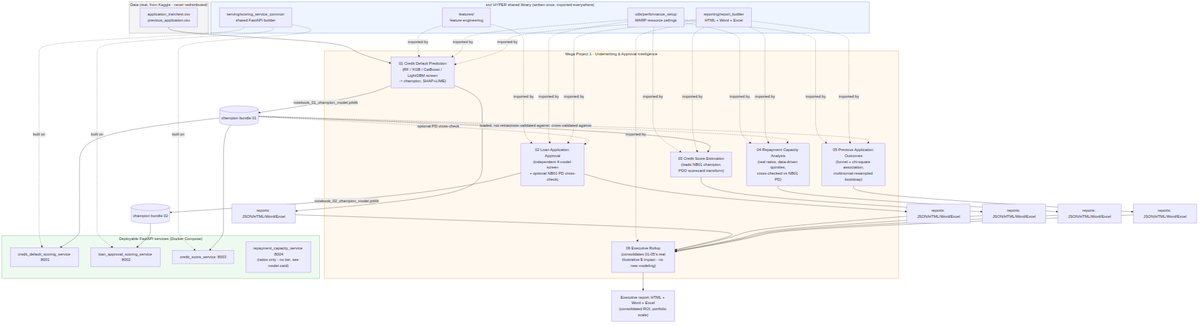
The Mermaid diagram docs/mp1_architecture_flow.png in rnanda19/Home_Credit_RiskIQ_Enterprise_Suite, before a commit. Its source is kept beside it as docs/mp1_architecture_flow.mmd. Its diagram source:
```mermaid
flowchart TB
    subgraph DATA["Data (real, from Kaggle - never redistributed)"]
        RAW["application_train/test.csv\nprevious_application.csv"]
    end

    subgraph HYPER["src/ HYPER shared library (written once, imported everywhere)"]
        FEAT["features/\nfeature engineering"]
        REPORT["reporting/report_builder\nHTML + Word + Excel"]
        UTIL["utils/performance_setup\nWARP resource ceilings"]
        SERVE["serving/scoring_service_common\nshared FastAPI builder"]
    end

    RAW --> NB01

    subgraph MP1["Mega Project 1 - Underwriting & Approval Intelligence"]
        NB01["01 Credit Default Prediction\n(RF / XGB / CatBoost / LightGBM screen\n-> champion, SHAP+LIME)"]
        NB02["02 Loan Application Approval\n(independent 4-model screen\n+ optional NB01 PD cross-check)"]
        NB03["03 Credit Score Estimation\n(loads NB01 champion,\nPDO scorecard transform)"]
        NB04["04 Repayment Capacity Analysis\n(real ratios, data-driven quintiles,\ncross-checked vs NB01 PD)"]
        NB05["05 Previous Application Outcomes\n(funnel + chi-square association,\nmultinomial-resampled bootstrap)"]
        NB06["06 Executive Rollup\n(consolidates 01-05's real\nillustrative $ impact - no new modeling)"]
    end

    FEAT -.imported by.-> NB01
    FEAT -.imported by.-> NB02
    UTIL -.imported by.-> NB01
    UTIL -.imported by.-> NB02
    UTIL -.imported by.-> NB03
    UTIL -.imported by.-> NB04
    UTIL -.imported by.-> NB05
    REPORT -.imported by.-> NB01
    REPORT -.imported by.-> NB02
    REPORT -.imported by.-> NB03
    REPORT -.imported by.-> NB04
    REPORT -.imported by.-> NB05
    REPORT -.imported by.-> NB06

    NB01 -->|"notebook_01_champion_model.joblib"| BUNDLE01[("champion bundle 01")]
    NB02 -->|"notebook_02_champion_model.joblib"| BUNDLE02[("champion bundle 02")]

    BUNDLE01 -.optional PD cross-check.-> NB02
    BUNDLE01 -->|"loaded, not retrained"| NB03
    BUNDLE01 -.cross-validated against.-> NB04
    BUNDLE01 -.cross-validated against.-> NB05

    NB01 --> REPORTS1["reports: JSON/HTML/Word/Excel"]
    NB02 --> REPORTS2["reports: JSON/HTML/Word/Excel"]
    NB03 --> REPORTS3["reports: JSON/HTML/Word/Excel"]
    NB04 --> REPORTS4["reports: JSON/HTML/Word/Excel"]
    NB05 --> REPORTS5["reports: JSON/HTML/Word/Excel"]
    REPORTS1 --> NB06
    REPORTS2 --> NB06
    REPORTS3 --> NB06
    REPORTS4 --> NB06
    REPORTS5 --> NB06
    NB06 --> EXEC["Executive report: HTML + Word + Excel\n(consolidated ROI, portfolio scale)"]

    SERVE -.built on.-> SVC1
    SERVE -.built on.-> SVC2
    SERVE -.built on.-> SVC3

    subgraph SERVICES["Deployable FastAPI services (Docker Compose)"]
        SVC1["credit_default_scoring_service :8001"]
        SVC2["loan_approval_scoring_service :8002"]
        SVC3["credit_score_service :8003"]
        SVC4["repayment_capacity_service :8004\n(ratios only - no tier, see model card)"]
    end

    BUNDLE01 --> SVC1
    BUNDLE01 --> SVC3
    BUNDLE02 --> SVC2

    style DATA fill:#f4f4f4,stroke:#888
    style HYPER fill:#eef5ff,stroke:#4a7fd6
    style MP1 fill:#fff8ee,stroke:#d69a4a
    style SERVICES fill:#eefaf0,stroke:#4ab06a
```
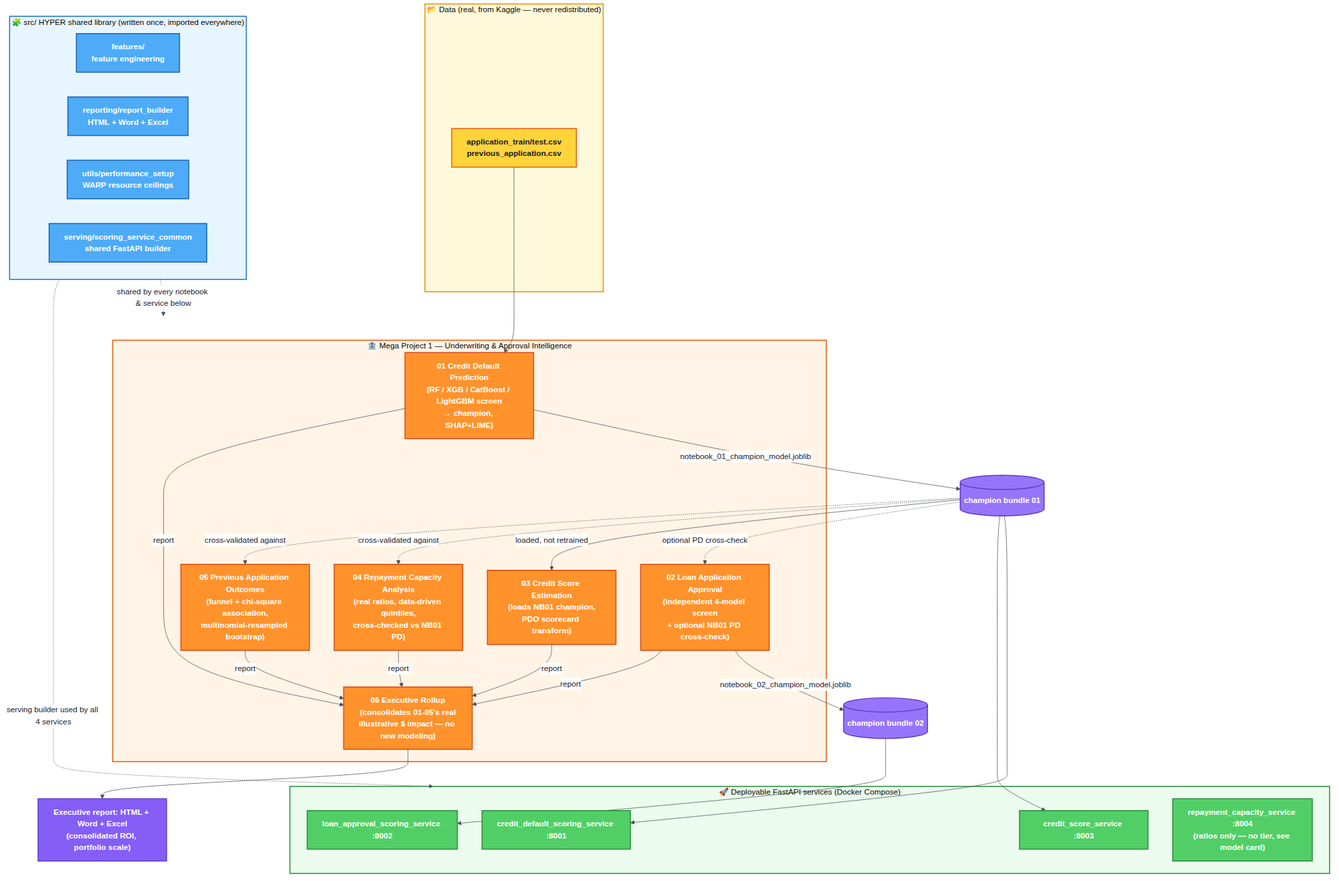
Above is the later version.

Diff of the diagram source:
```diff
@@ -1,9 +1,17 @@
+%%{init: {'theme':'base', 'themeVariables': {'fontSize':'16px','primaryTextColor':'#1a1a2e','lineColor':'#495057','edgeLabelBackground':'#ffffff'}}}%%
 flowchart TB
-    subgraph DATA["Data (real, from Kaggle - never redistributed)"]
+    classDef dataStyle fill:#FFD43B,stroke:#E8590C,stroke-width:2px,color:#1a1a2e,font-weight:bold;
+    classDef hyperStyle fill:#4DABF7,stroke:#1864AB,stroke-width:2px,color:#ffffff,font-weight:bold;
+    classDef bundleStyle fill:#9775FA,stroke:#5F3DC4,stroke-width:2px,color:#ffffff,font-weight:bold;
+    classDef mpNodeStyle fill:#FF922B,stroke:#D9480F,stroke-width:2px,color:#ffffff,font-weight:bold;
+    classDef execStyle fill:#845EF7,stroke:#5F3DC4,stroke-width:2px,color:#ffffff,font-weight:bold;
+    classDef serviceStyle fill:#51CF66,stroke:#2B8A3E,stroke-width:2px,color:#ffffff,font-weight:bold;
+
+    subgraph DATA["📂 Data (real, from Kaggle — never redistributed)"]
         RAW["application_train/test.csv\nprevious_application.csv"]
     end
 
-    subgraph HYPER["src/ HYPER shared library (written once, imported everywhere)"]
+    subgraph HYPER["🧩 src/ HYPER shared library (written once, imported everywhere)"]
         FEAT["features/\nfeature engineering"]
         REPORT["reporting/report_builder\nHTML + Word + Excel"]
         UTIL["utils/performance_setup\nWARP resource ceilings"]
@@ -11,29 +19,16 @@
     end
 
     RAW --> NB01
+    HYPER -.shared by every notebook & service below.-> MP1
 
-    subgraph MP1["Mega Project 1 - Underwriting & Approval Intelligence"]
-        NB01["01 Credit Default Prediction\n(RF / XGB / CatBoost / LightGBM screen\n-> champion, SHAP+LIME)"]
+    subgraph MP1["🏦 Mega Project 1 — Underwriting & Approval Intelligence"]
+        NB01["01 Credit Default Prediction\n(RF / XGB / CatBoost / LightGBM screen\n→ champion, SHAP+LIME)"]
         NB02["02 Loan Application Approval\n(independent 4-model screen\n+ optional NB01 PD cross-check)"]
         NB03["03 Credit Score Estimation\n(loads NB01 champion,\nPDO scorecard transform)"]
         NB04["04 Repayment Capacity Analysis\n(real ratios, data-driven quintiles,\ncross-checked vs NB01 PD)"]
         NB05["05 Previous Application Outcomes\n(funnel + chi-square association,\nmultinomial-resampled bootstrap)"]
-        NB06["06 Executive Rollup\n(consolidates 01-05's real\nillustrative $ impact - no new modeling)"]
+        NB06["06 Executive Rollup\n(consolidates 01-05's real\nillustrative $ impact — no new modeling)"]
     end
-
-    FEAT -.imported by.-> NB01
-    FEAT -.imported by.-> NB02
-    UTIL -.imported by.-> NB01
-    UTIL -.imported by.-> NB02
-    UTIL -.imported by.-> NB03
-    UTIL -.imported by.-> NB04
-    UTIL -.imported by.-> NB05
-    REPORT -.imported by.-> NB01
-    REPORT -.imported by.-> NB02
-    REPORT -.imported by.-> NB03
-    REPORT -.imported by.-> NB04
-    REPORT -.imported by.-> NB05
-    REPORT -.imported by.-> NB06
 
     NB01 -->|"notebook_01_champion_model.joblib"| BUNDLE01[("champion bundle 01")]
     NB02 -->|"notebook_02_champion_model.joblib"| BUNDLE02[("champion bundle 02")]
@@ -43,34 +38,34 @@
     BUNDLE01 -.cross-validated against.-> NB04
     BUNDLE01 -.cross-validated against.-> NB05
 
-    NB01 --> REPORTS1["reports: JSON/HTML/Word/Excel"]
-    NB02 --> REPORTS2["reports: JSON/HTML/Word/Excel"]
-    NB03 --> REPORTS3["reports: JSON/HTML/Word/Excel"]
-    NB04 --> REPORTS4["reports: JSON/HTML/Word/Excel"]
-    NB05 --> REPORTS5["reports: JSON/HTML/Word/Excel"]
-    REPORTS1 --> NB06
-    REPORTS2 --> NB06
-    REPORTS3 --> NB06
-    REPORTS4 --> NB06
-    REPORTS5 --> NB06
+    NB01 -->|report| NB06
+    NB02 -->|report| NB06
+    NB03 -->|report| NB06
+    NB04 -->|report| NB06
+    NB05 -->|report| NB06
     NB06 --> EXEC["Executive report: HTML + Word + Excel\n(consolidated ROI, portfolio scale)"]
 
-    SERVE -.built on.-> SVC1
-    SERVE -.built on.-> SVC2
-    SERVE -.built on.-> SVC3
+    HYPER -.serving builder used by all 4 services.-> SERVICES
 
-    subgraph SERVICES["Deployable FastAPI services (Docker Compose)"]
+    subgraph SERVICES["🚀 Deployable FastAPI services (Docker Compose)"]
         SVC1["credit_default_scoring_service :8001"]
         SVC2["loan_approval_scoring_service :8002"]
         SVC3["credit_score_service :8003"]
-        SVC4["repayment_capacity_service :8004\n(ratios only - no tier, see model card)"]
+        SVC4["repayment_capacity_service :8004\n(ratios only — no tier, see model card)"]
     end
 
     BUNDLE01 --> SVC1
     BUNDLE01 --> SVC3
     BUNDLE02 --> SVC2
 
-    style DATA fill:#f4f4f4,stroke:#888
-    style HYPER fill:#eef5ff,stroke:#4a7fd6
-    style MP1 fill:#fff8ee,stroke:#d69a4a
-    style SERVICES fill:#eefaf0,stroke:#4ab06a
+    class RAW dataStyle;
+    class FEAT,REPORT,UTIL,SERVE hyperStyle;
+    class BUNDLE01,BUNDLE02 bundleStyle;
+    class NB01,NB02,NB03,NB04,NB05,NB06 mpNodeStyle;
+    class EXEC execStyle;
+    class SVC1,SVC2,SVC3,SVC4 serviceStyle;
+
+    style DATA fill:#FFF9DB,stroke:#F08C00,stroke-width:2px
+    style HYPER fill:#E7F5FF,stroke:#1971C2,stroke-width:2px
+    style MP1 fill:#FFF4E6,stroke:#E8590C,stroke-width:2px
+    style SERVICES fill:#EBFBEE,stroke:#2B8A3E,stroke-width:2px
```
